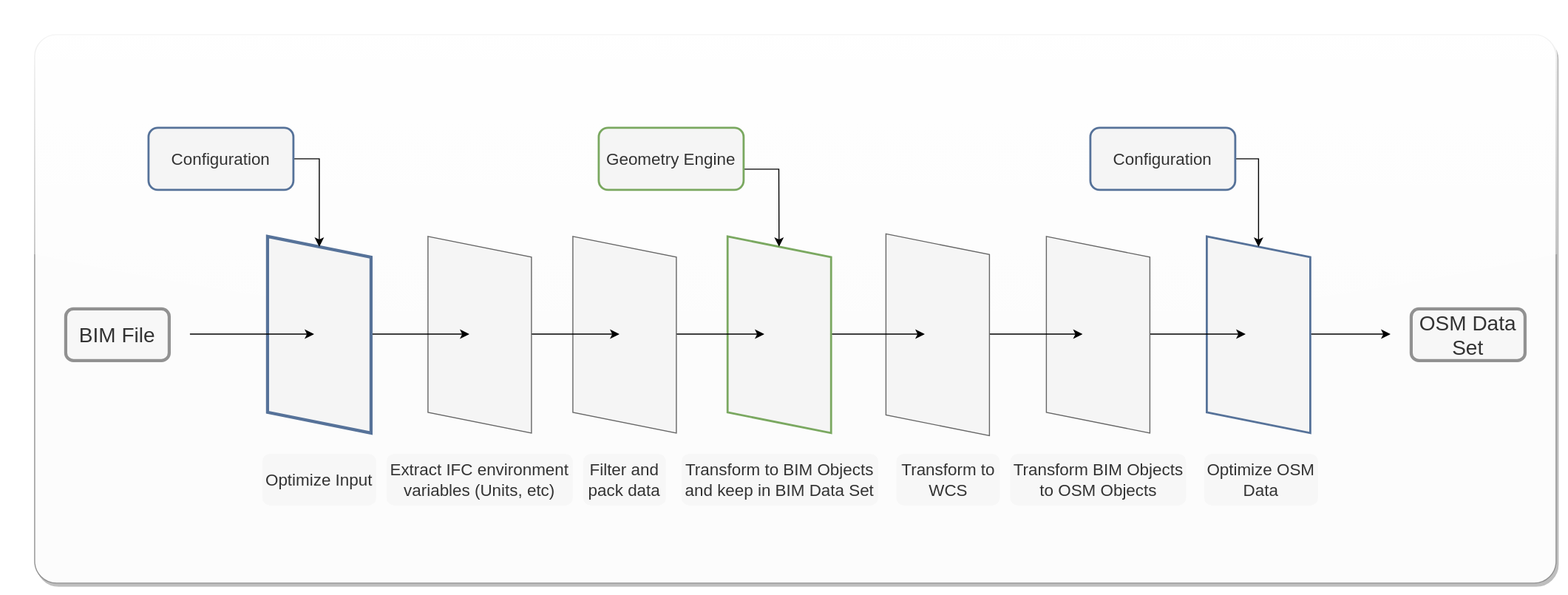
Above: docs/parser_workflow.svg in rebeccasc/BIMtoOSM (draw.io), before the change. Source tidied: cells renumbered, new cells last; positions are measured from the earlier drawing's top-left corner, leaving out a move shared by most shapes.
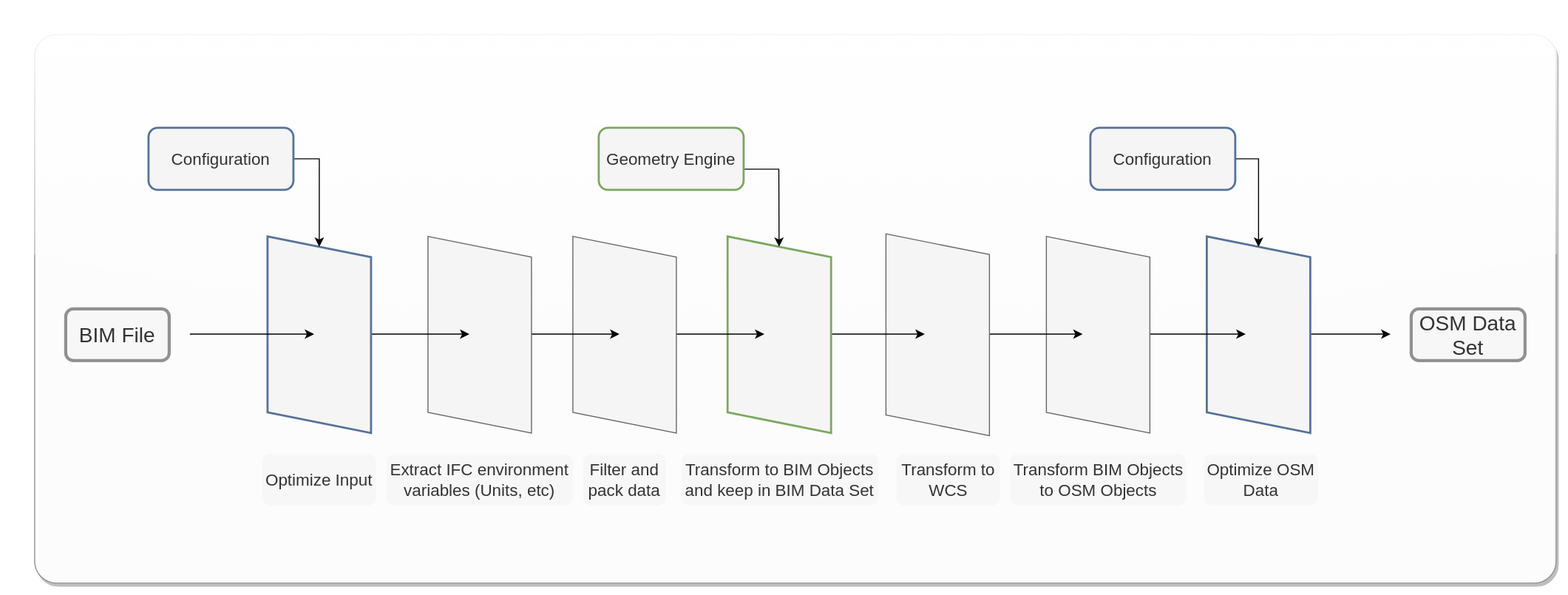
The same file after the commit.

The edit, as a diff of the source:
```diff
@@ -71,7 +71,7 @@
         <mxPoint x="420" y="289.4" as="targetPoint" />
       </mxGeometry>
     </mxCell>
-    <mxCell id="18" style="shape=parallelogram;perimeter=parallelogramPerimeter;whiteSpace=wrap;html=1;fixedSize=1;rotation=90;fillColor=#f5f5f5;fontColor=#333333;strokeWidth=3;strokeColor=#567299;" parent="1" vertex="1">
+    <mxCell id="18" style="shape=parallelogram;perimeter=parallelogramPerimeter;whiteSpace=wrap;html=1;fixedSize=1;rotation=90;fillColor=#f5f5f5;fontColor=#333333;strokeWidth=2;strokeColor=#567299;" parent="1" vertex="1">
       <mxGeometry x="180" y="240" width="190" height="100" as="geometry" />
     </mxCell>
     <mxCell id="19" style="endArrow=classic;html=1;" parent="1" edge="1">
```
